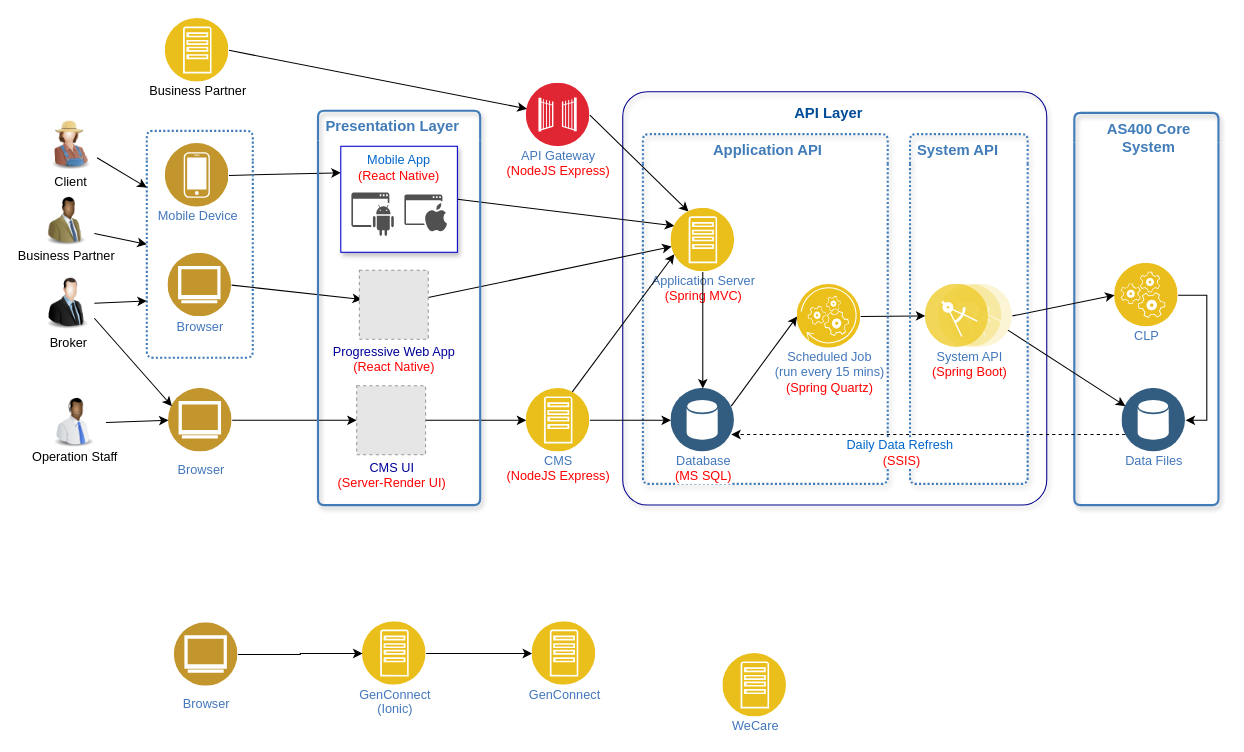
whalebig27/change-request-process-diagram keeps this draw.io diagram as page "Logical Component" (1 of 2) of Bravo_Architecture (8).drawio. Above is the earlier version. Source tidied: cells renumbered, new cells numbered last; positions are measured from the earlier drawing's top-left corner, leaving out a move shared by most shapes. Both pictures are drawn from the tidied source at 106%, with x=0, y=0 at pixel (38, 18). Pictures stored in the file or linked from it are replaced by grey dashed boxes.
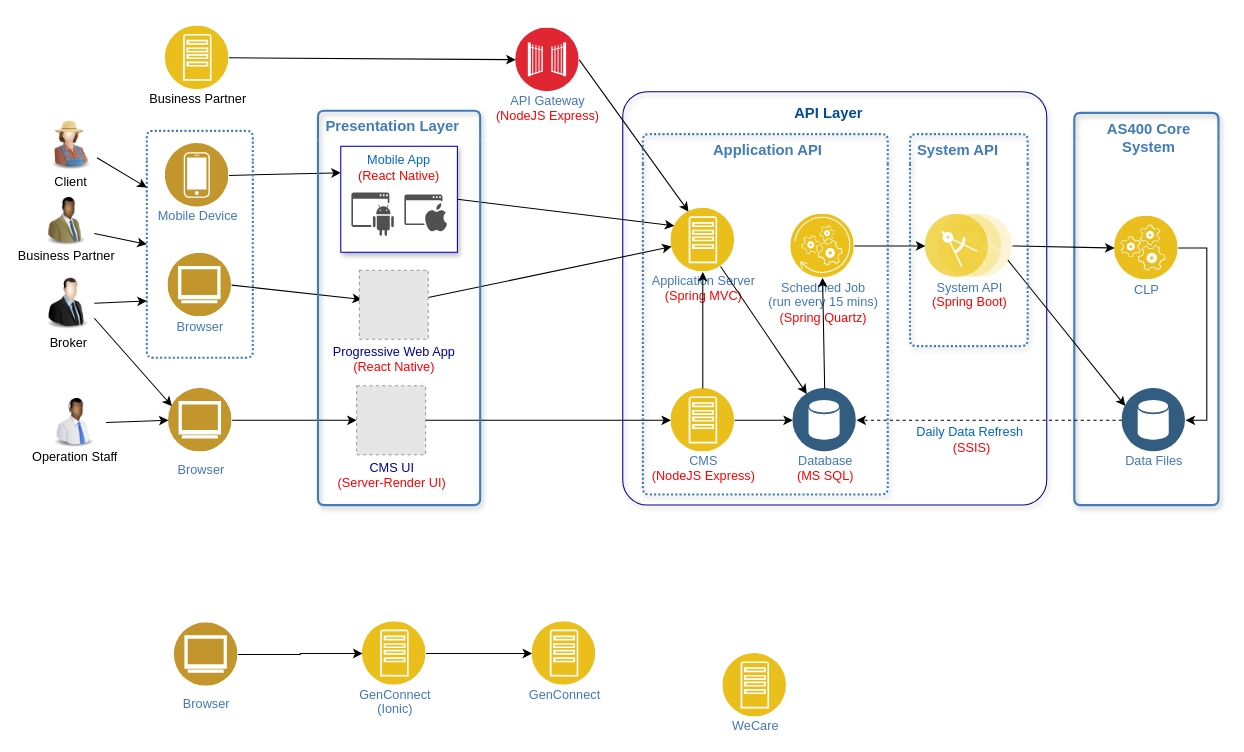
The same diagram, later.

The change refers to these unchanged cells:
```xml
<mxCell id="27" value="&lt;b&gt;&lt;font style=&quot;font-size: 14px&quot;&gt;AS400 Core System&lt;/font&gt;&lt;/b&gt;" style="swimlane;fontStyle=0;horizontal=1;startSize=28;swimlaneLine=0;swimlaneFillColor=none;fillColor=none;rounded=1;whiteSpace=wrap;html=1;absoluteArcSize=1;arcSize=12;strokeColor=#417CB9;fontColor=#417CB9;verticalAlign=top;align=center;spacingLeft=5;dashed=0;strokeWidth=2;shadow=1;" parent="1" vertex="1">
  <mxGeometry x="977" y="89" width="136" height="370" as="geometry" />
</mxCell>
<mxCell id="28" value="Data Files" style="perimeter=ellipsePerimeter;html=1;align=center;shadow=0;dashed=0;fontColor=#4277BB;labelBackgroundColor=#ffffff;fontSize=12;spacingTop=-5;image;image=img/lib/ibm/data/data_services.svg;strokeColor=#0000CC;strokeWidth=1;" parent="27" vertex="1">
  <mxGeometry x="45" y="260" width="60" height="60" as="geometry" />
</mxCell>
<mxCell id="35" value="&lt;font style=&quot;font-size: 12px&quot;&gt;Application Server&lt;br&gt;&lt;font color=&quot;#ff0000&quot;&gt;(Spring MVC)&lt;/font&gt;&lt;br&gt;&lt;/font&gt;" style="perimeter=ellipsePerimeter;html=1;align=center;shadow=0;dashed=0;fontColor=#4277BB;labelBackgroundColor=#ffffff;fontSize=12;spacingTop=-5;image;image=img/lib/ibm/applications/app_server.svg;" parent="34" vertex="1">
  <mxGeometry x="26.5" y="70" width="60" height="60" as="geometry" />
</mxCell>
```

Change to the diagram source:
```diff
@@
     <mxCell id="5" value="API Gateway&lt;br&gt;&lt;font color=&quot;#ff0000&quot;&gt;(NodeJS Express)&lt;/font&gt;&lt;br&gt;" style="perimeter=ellipsePerimeter;html=1;align=center;shadow=0;dashed=0;fontColor=#4277BB;labelBackgroundColor=#ffffff;fontSize=12;spacingTop=-5;image;image=img/lib/ibm/security/gateway.svg;" parent="1" vertex="1">
-      <mxGeometry x="460" y="61" width="60" height="60" as="geometry" />
+      <mxGeometry x="450" y="9" width="60" height="60" as="geometry" />
     </mxCell>
@@
     <mxCell id="10" value="&lt;font style=&quot;font-size: 12px&quot;&gt;&lt;font color=&quot;#000000&quot;&gt;Business Partner&lt;/font&gt;&lt;br&gt;&lt;/font&gt;" style="perimeter=ellipsePerimeter;html=1;align=center;shadow=0;dashed=0;fontColor=#4277BB;labelBackgroundColor=#ffffff;fontSize=12;spacingTop=-5;image;image=img/lib/ibm/applications/app_server.svg;" parent="1" vertex="1">
-      <mxGeometry x="119.5" width="60" height="60" as="geometry" />
+      <mxGeometry x="119.5" y="7" width="60" height="60" as="geometry" />
     </mxCell>
@@
     <mxCell id="29" value="CLP" style="perimeter=ellipsePerimeter;html=1;align=center;shadow=0;dashed=0;fontColor=#4277BB;labelBackgroundColor=#ffffff;fontSize=12;spacingTop=-5;image;image=img/lib/ibm/applications/runtime_services.svg;dashPattern=1 1;strokeColor=#0000CC;strokeWidth=3;" parent="27" vertex="1">
-      <mxGeometry x="38" y="142" width="60" height="60" as="geometry" />
+      <mxGeometry x="38" y="97.5" width="60" height="60" as="geometry" />
     </mxCell>
@@
     <mxCell id="34" value="&lt;b&gt;&lt;font style=&quot;font-size: 14px&quot;&gt;Application API&lt;/font&gt;&lt;/b&gt;" style="swimlane;fontStyle=0;horizontal=1;startSize=28;swimlaneLine=0;swimlaneFillColor=none;fillColor=none;rounded=1;whiteSpace=wrap;html=1;absoluteArcSize=1;arcSize=12;strokeColor=#417CB9;fontColor=#417CB9;verticalAlign=top;align=center;spacingLeft=5;dashed=1;strokeWidth=2;shadow=1;dashPattern=1 1;" parent="1" vertex="1">
-      <mxGeometry x="570" y="109" width="231" height="330" as="geometry" />
+      <mxGeometry x="570" y="109" width="231" height="340" as="geometry" />
     </mxCell>
@@
     <mxCell id="36" value="Database&lt;br&gt;&lt;font color=&quot;#ff0000&quot;&gt;(MS SQL)&lt;/font&gt;&lt;br&gt;" style="perimeter=ellipsePerimeter;html=1;align=center;shadow=0;dashed=0;fontColor=#4277BB;labelBackgroundColor=#ffffff;fontSize=12;spacingTop=-5;image;image=img/lib/ibm/data/data_services.svg;strokeColor=#0000CC;strokeWidth=1;" parent="34" vertex="1">
-      <mxGeometry x="26.5" y="240" width="60" height="60" as="geometry" />
+      <mxGeometry x="141.5" y="240" width="60" height="60" as="geometry" />
     </mxCell>
-    <mxCell id="37" style="rounded=0;jettySize=auto;html=1;entryX=0.5;entryY=0;entryDx=0;entryDy=0;" parent="34" edge="1" source="35" target="36">
+    <mxCell id="37" style="rounded=0;jettySize=auto;html=1;" parent="34" edge="1" source="35" target="36">
       <mxGeometry relative="1" as="geometry" />
     </mxCell>
     <mxCell id="38" value="Scheduled Job &lt;br&gt;(run every 15 mins)&lt;br&gt;&lt;font color=&quot;#ff0000&quot;&gt;(Spring Quartz)&lt;/font&gt;&lt;br&gt;" style="perimeter=ellipsePerimeter;html=1;align=center;shadow=0;dashed=0;fontColor=#4277BB;labelBackgroundColor=#ffffff;fontSize=12;spacingTop=-5;image;image=img/lib/ibm/applications/api_polyglot_runtimes.svg;strokeColor=#0000CC;strokeWidth=1;" parent="34" vertex="1">
-      <mxGeometry x="145.5" y="142" width="60" height="60" as="geometry" />
+      <mxGeometry x="139.5" y="75.5" width="60" height="60" as="geometry" />
     </mxCell>
-    <mxCell id="39" style="rounded=0;jettySize=auto;html=1;entryX=0;entryY=0.5;entryDx=0;entryDy=0;exitX=1;exitY=0.25;exitDx=0;exitDy=0;elbow=vertical;" parent="34" edge="1" source="36" target="38">
+    <mxCell id="39" style="rounded=0;jettySize=auto;html=1;entryX=0.5;entryY=1;entryDx=0;entryDy=0;exitX=0.5;exitY=0;exitDx=0;exitDy=0;elbow=vertical;" parent="34" edge="1" source="36" target="38">
       <mxGeometry relative="1" as="geometry" />
     </mxCell>
@@
     <mxCell id="49" value="&lt;b&gt;&lt;font style=&quot;font-size: 14px&quot;&gt;System API&lt;/font&gt;&lt;/b&gt;" style="swimlane;fontStyle=0;horizontal=1;startSize=28;swimlaneLine=0;swimlaneFillColor=none;fillColor=none;rounded=1;whiteSpace=wrap;html=1;absoluteArcSize=1;arcSize=12;strokeColor=#417CB9;fontColor=#417CB9;verticalAlign=top;align=left;spacingLeft=5;dashed=1;strokeWidth=2;shadow=1;dashPattern=1 1;" parent="1" vertex="1">
-      <mxGeometry x="822" y="109" width="111" height="330" as="geometry" />
+      <mxGeometry x="822" y="109" width="111" height="200" as="geometry" />
     </mxCell>
     <mxCell id="50" value="System API&lt;br&gt;&lt;font color=&quot;#ff0000&quot;&gt;(Spring Boot)&lt;/font&gt;&lt;br&gt;" style="perimeter=ellipsePerimeter;html=1;align=center;shadow=0;dashed=0;fontColor=#4277BB;labelBackgroundColor=#ffffff;fontSize=12;spacingTop=-5;image;image=img/lib/ibm/applications/microservice.svg;dashPattern=1 1;strokeColor=#0000CC;strokeWidth=3;" parent="49" vertex="1">
-      <mxGeometry x="14.5" y="141.5" width="82.2" height="60" as="geometry" />
+      <mxGeometry x="14.5" y="75.5" width="82.2" height="60" as="geometry" />
     </mxCell>
-    <mxCell id="51" style="edgeStyle=orthogonalEdgeStyle;rounded=0;jettySize=auto;html=1;entryX=1;entryY=0.75;entryDx=0;entryDy=0;fontSize=13;fontColor=#0066CC;dashed=1;exitX=0;exitY=0.75;exitDx=0;exitDy=0;" parent="1" edge="1" source="28" target="36">
+    <mxCell id="51" style="edgeStyle=orthogonalEdgeStyle;rounded=0;jettySize=auto;html=1;entryX=1;entryY=0.5;entryDx=0;entryDy=0;fontSize=13;fontColor=#0066CC;dashed=1;exitX=0;exitY=0.5;exitDx=0;exitDy=0;" parent="1" edge="1" source="28" target="36">
       <mxGeometry relative="1" as="geometry">
         <Array as="points">
-          <mxPoint x="840" y="392" />
-          <mxPoint x="840" y="392" />
+          <mxPoint x="890" y="379" />
+          <mxPoint x="890" y="379" />
         </Array>
       </mxGeometry>
     </mxCell>
@@
     <mxCell id="54" value="&lt;font style=&quot;font-size: 12px&quot;&gt;CMS&lt;br&gt;&lt;font color=&quot;#ff0000&quot;&gt;(NodeJS Express)&lt;/font&gt;&lt;br&gt;&lt;/font&gt;" style="perimeter=ellipsePerimeter;html=1;align=center;shadow=0;dashed=0;fontColor=#4277BB;labelBackgroundColor=#ffffff;fontSize=12;spacingTop=-5;image;image=img/lib/ibm/applications/app_server.svg;" parent="1" vertex="1">
-      <mxGeometry x="460" y="349" width="60" height="60" as="geometry" />
+      <mxGeometry x="596.5" y="349" width="60" height="60" as="geometry" />
     </mxCell>
-    <mxCell id="55" style="rounded=0;jettySize=auto;html=1;exitX=0.75;exitY=0;exitDx=0;exitDy=0;entryX=0;entryY=0.75;entryDx=0;entryDy=0;" parent="1" edge="1" source="54" target="35">
+    <mxCell id="55" style="rounded=0;jettySize=auto;html=1;exitX=0.5;exitY=0;exitDx=0;exitDy=0;entryX=0.5;entryY=1;entryDx=0;entryDy=0;" parent="1" edge="1" source="54" target="35">
       <mxGeometry relative="1" as="geometry" />
     </mxCell>
```
